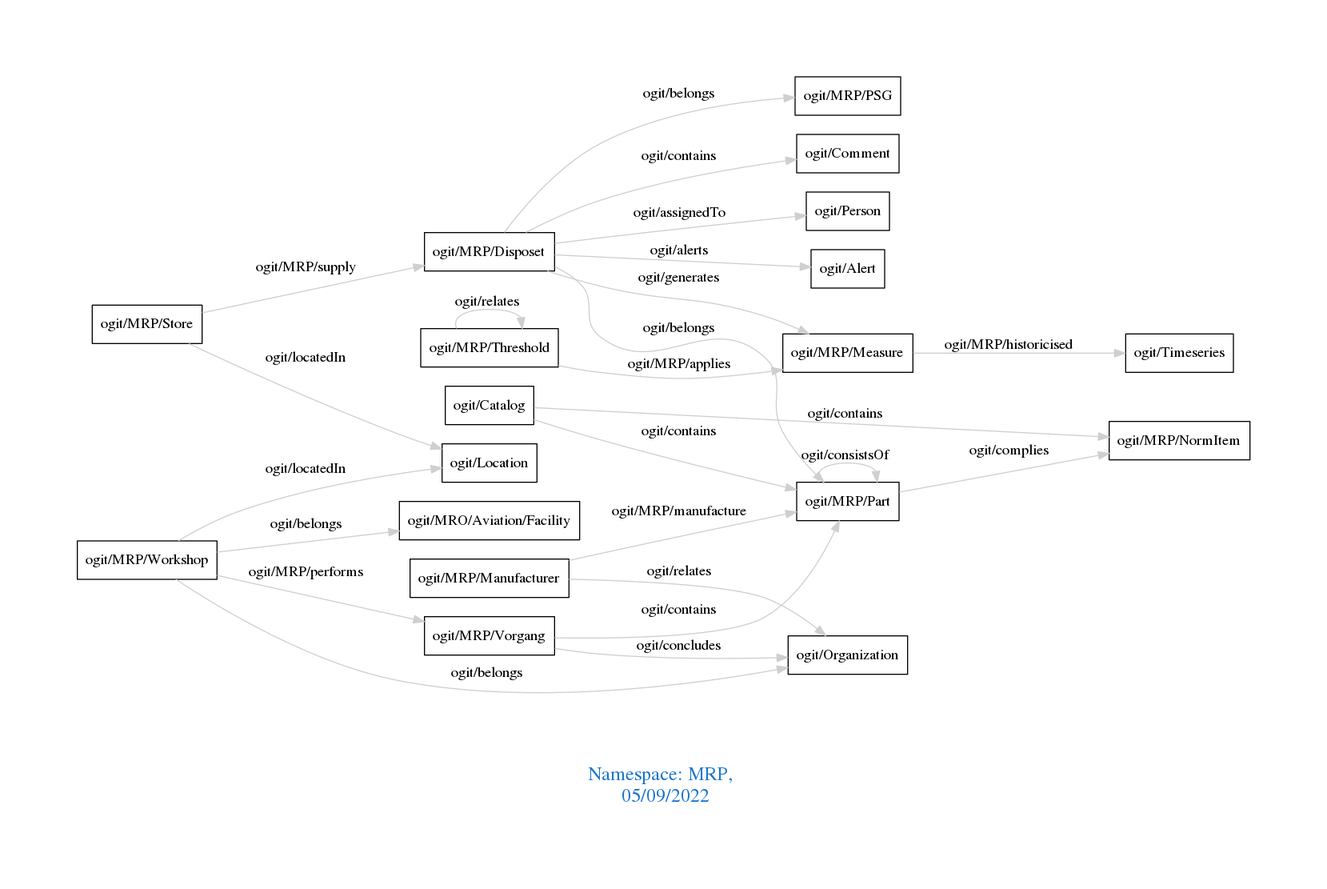
Before: downloads/MRP.png, a diagram exported from Graphviz (arago/OGIT). Its source is kept beside it as downloads/MRP.dot.
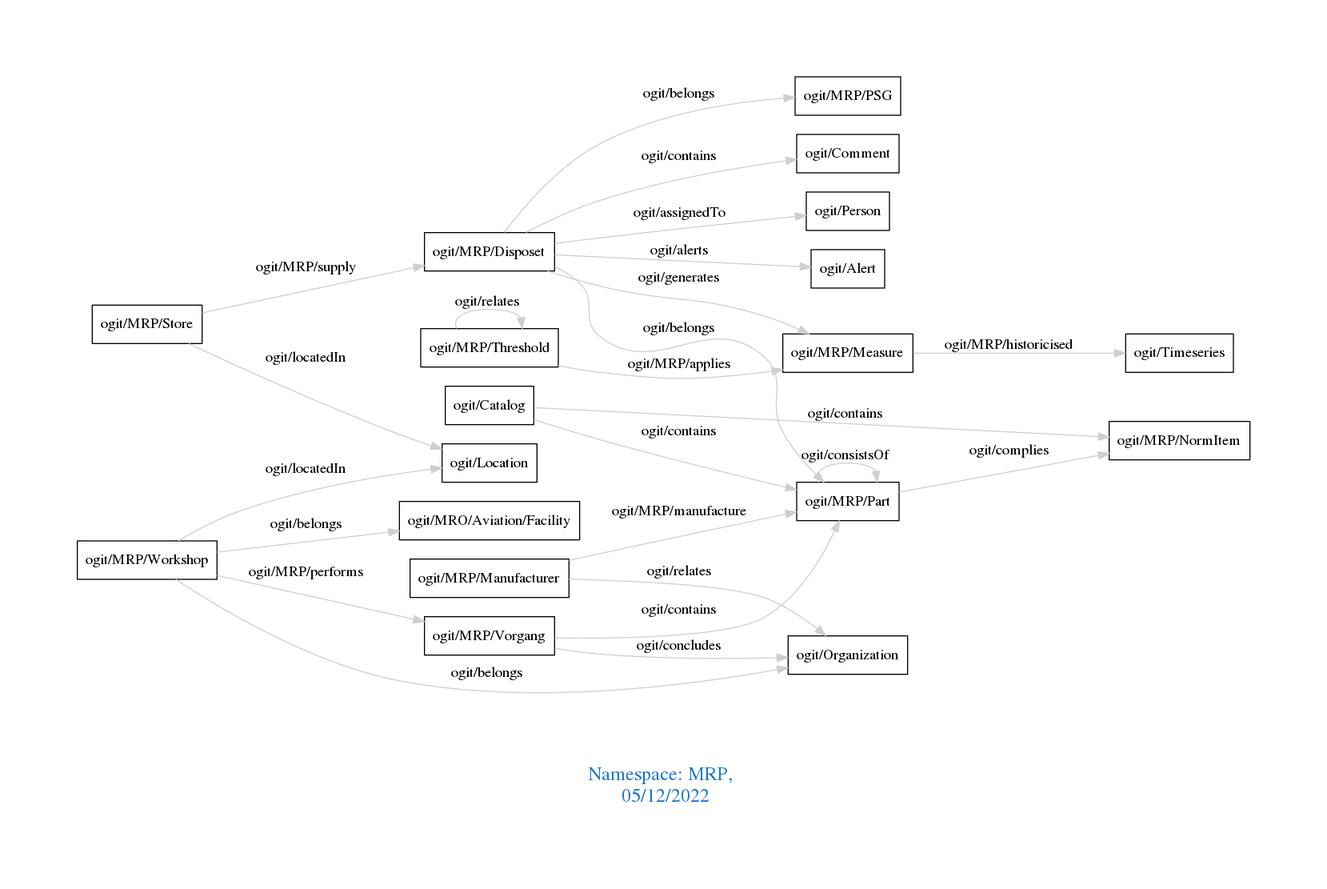
The same file after the commit.

What changed in the source:
```diff
@@ -1,7 +1,7 @@
 digraph OGIT_ontology {
  graph [ rankdir= LR,pad=1
 fontsize = 18,
-fontcolor= dodgerblue3,label = "\n\n\nNamespace: MRP, \n 05/09/2022"];
+fontcolor= dodgerblue3,label = "\n\n\nNamespace: MRP, \n 05/12/2022"];
 node[shape=polygon];
 edge [  color="gray81"];
 
```
